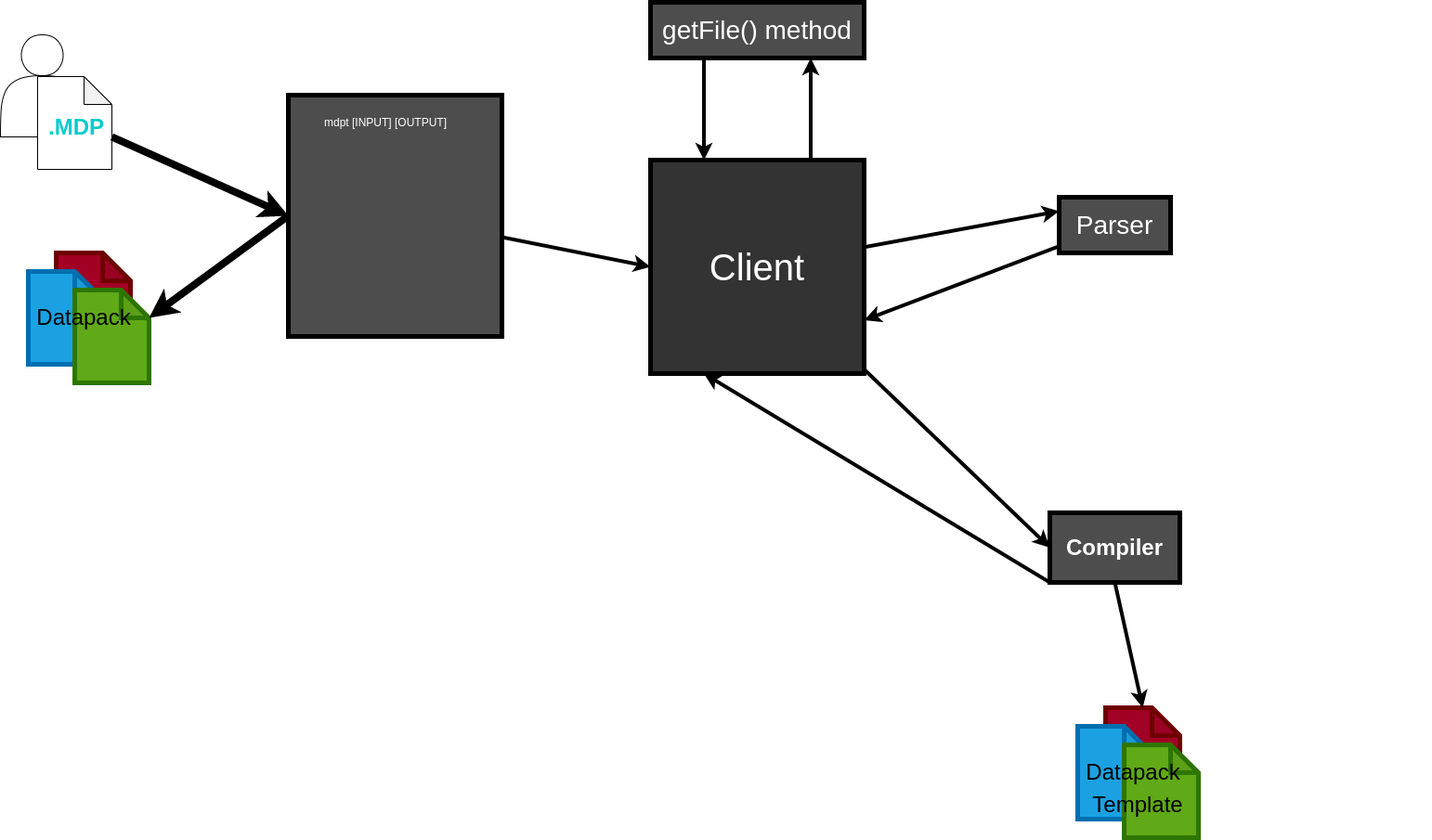
Ascynx/MDPT keeps this draw.io diagram as FlowChart.drawio.png. Above is the earlier version. Source tidied: cells renumbered, new cells last; positions are measured from the earlier drawing's top-left corner, leaving out a move shared by most shapes.
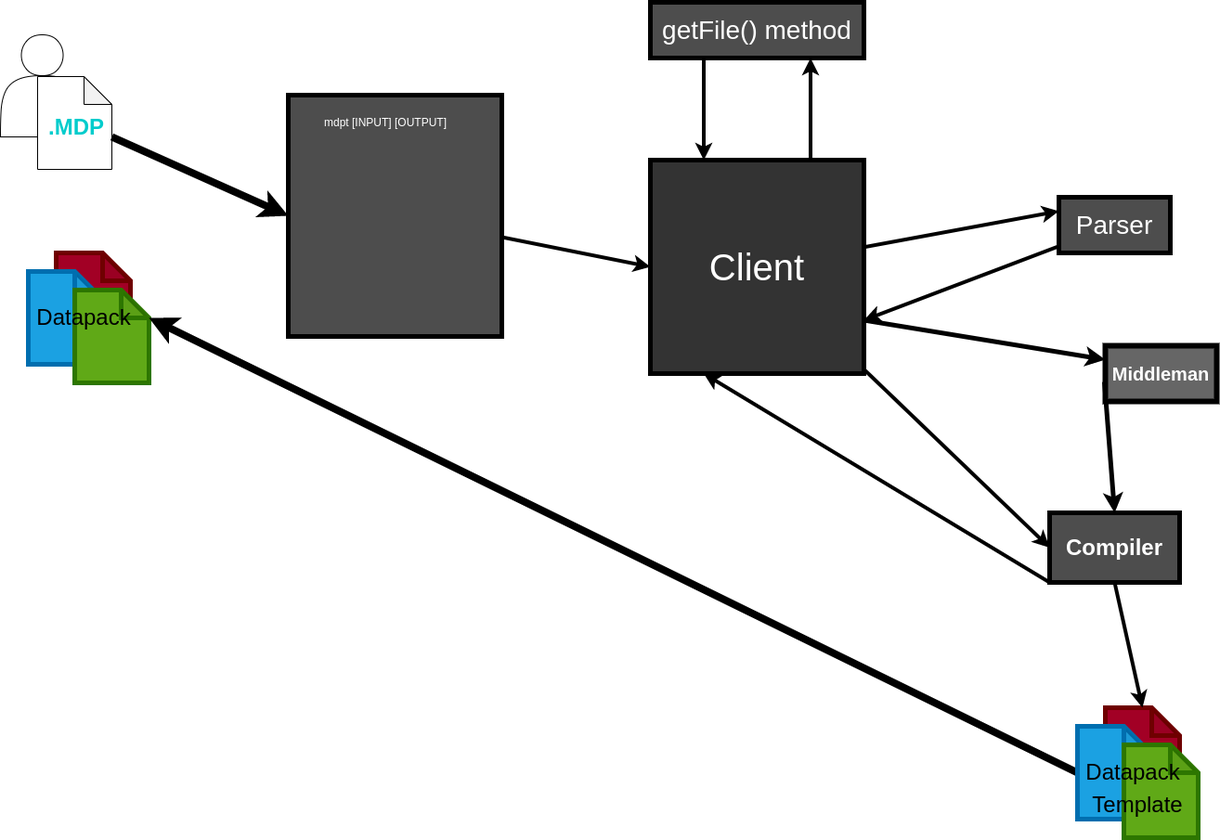
The same diagram one commit later.

Commit message:
finished parser rewrite + added variabletypes (translation will be given to the middleman)

Change to the diagram source:
```diff
@@ -38,7 +38,7 @@
     <mxCell id="13" style="endArrow=classic;html=1;fontSize=24;fontColor=#000000;entryX=0;entryY=0.5;entryDx=0;entryDy=0;exitX=0;exitY=0;exitDx=80;exitDy=65;exitPerimeter=0;strokeWidth=8;" parent="1" edge="1" source="4" target="7">
       <mxGeometry relative="1" as="geometry" />
     </mxCell>
-    <mxCell id="14" style="endArrow=classic;html=1;fontSize=24;fontColor=#000000;strokeWidth=8;exitX=0;exitY=0.5;exitDx=0;exitDy=0;entryX=0;entryY=0;entryDx=80;entryDy=30;entryPerimeter=0;" parent="1" edge="1" source="7" target="11">
+    <mxCell id="14" style="endArrow=classic;html=1;fontSize=24;fontColor=#000000;strokeWidth=8;exitX=0;exitY=0.5;exitDx=0;exitDy=0;entryX=0;entryY=0;entryDx=80;entryDy=30;entryPerimeter=0;exitPerimeter=0;" parent="1" edge="1" source="33" target="11">
       <mxGeometry relative="1" as="geometry" />
     </mxCell>
     <mxCell id="15" value="mdpt [INPUT] [OUTPUT]" style="text;html=1;strokeColor=none;fillColor=none;align=center;verticalAlign=middle;whiteSpace=wrap;rounded=0;fontSize=12;fontColor=#FFFFFF;" parent="1" vertex="1">
@@ -53,6 +53,9 @@
     <mxCell id="18" style="edgeStyle=none;html=1;entryX=0;entryY=0.5;entryDx=0;entryDy=0;fontSize=24;fontColor=#FFFFFF;strokeWidth=4;" parent="1" edge="1" source="19" target="29">
       <mxGeometry relative="1" as="geometry" />
     </mxCell>
+    <mxCell id="41" style="edgeStyle=none;html=1;entryX=0;entryY=0.25;entryDx=0;entryDy=0;fontSize=20;strokeWidth=5;exitX=1;exitY=0.75;exitDx=0;exitDy=0;" parent="1" edge="1" source="19" target="43">
+      <mxGeometry relative="1" as="geometry" />
+    </mxCell>
     <mxCell id="19" value="Client" style="whiteSpace=wrap;html=1;fontSize=40;fontColor=#FFFFFF;strokeWidth=5;fillColor=#333333;" parent="1" vertex="1">
       <mxGeometry x="700" y="170" width="230" height="230" as="geometry" />
     </mxCell>
@@ -80,14 +83,14 @@
     <mxCell id="27" value="FileData" style="text;html=1;strokeColor=none;fillColor=none;align=center;verticalAlign=middle;whiteSpace=wrap;rounded=0;fontSize=18;fontColor=#FFFFFF;rotation=-15;" parent="1" vertex="1">
       <mxGeometry x="1000" y="210" width="60" height="30" as="geometry" />
     </mxCell>
-    <mxCell id="28" value="Parsed Data" style="text;html=1;strokeColor=none;fillColor=none;align=center;verticalAlign=middle;whiteSpace=wrap;rounded=0;fontSize=18;fontColor=#FFFFFF;rotation=-15;" parent="1" vertex="1">
+    <mxCell id="28" value="Parsed Data" style="text;html=1;strokeColor=none;fillColor=none;align=center;verticalAlign=middle;whiteSpace=wrap;rounded=0;fontSize=18;fontColor=#FFFFFF;rotation=0;" parent="1" vertex="1">
       <mxGeometry x="1010" y="310" width="110" height="30" as="geometry" />
     </mxCell>
     <mxCell id="29" value="Compiler" style="rounded=0;whiteSpace=wrap;html=1;fontSize=24;fontColor=#FFFFFF;strokeWidth=5;fontStyle=1;fillColor=#4D4D4D;" parent="1" vertex="1">
       <mxGeometry x="1130" y="550" width="140" height="75" as="geometry" />
     </mxCell>
-    <mxCell id="30" value="Parsed Data &amp;amp; outDir" style="text;html=1;strokeColor=none;fillColor=none;align=center;verticalAlign=middle;whiteSpace=wrap;rounded=0;fontSize=24;fontColor=#FFFFFF;rotation=45;" parent="1" vertex="1">
-      <mxGeometry x="880" y="490" width="260" height="31.1" as="geometry" />
+    <mxCell id="30" value="&lt;br&gt;outDir" style="text;html=1;strokeColor=none;fillColor=none;align=center;verticalAlign=middle;whiteSpace=wrap;rounded=0;fontSize=24;fontColor=#FFFFFF;rotation=45;" parent="1" vertex="1">
+      <mxGeometry x="890" y="470" width="260" height="31.1" as="geometry" />
     </mxCell>
     <mxCell id="31" style="group;" parent="1" vertex="1">
       <mxGeometry x="1160" y="760" width="130" height="140" as="geometry" />
@@ -110,14 +113,20 @@
     <mxCell id="37" style="endArrow=classic;html=1;fontSize=24;fontColor=#000000;strokeWidth=4;entryX=0.5;entryY=0;entryDx=0;entryDy=0;entryPerimeter=0;exitX=0.5;exitY=1;exitDx=0;exitDy=0;" parent="1" edge="1" source="29" target="32">
       <mxGeometry relative="1" as="geometry" />
     </mxCell>
-    <mxCell id="38" value="Translate parsed data to datapack" style="text;html=1;strokeColor=none;fillColor=none;align=center;verticalAlign=middle;whiteSpace=wrap;rounded=0;fontSize=24;fontColor=#FFFFFF;fontStyle=1;" parent="1" vertex="1">
-      <mxGeometry x="1200" y="680" width="340" height="30" as="geometry" />
-    </mxCell>
     <mxCell id="39" style="endArrow=classic;html=1;fontSize=24;fontColor=#FFFFFF;strokeWidth=4;exitX=0;exitY=1;exitDx=0;exitDy=0;entryX=0.25;entryY=1;entryDx=0;entryDy=0;" parent="1" edge="1" source="29" target="19">
       <mxGeometry relative="1" as="geometry" />
     </mxCell>
     <mxCell id="40" value="sends creation confirmation to client" style="text;html=1;strokeColor=none;fillColor=none;align=center;verticalAlign=middle;whiteSpace=wrap;rounded=0;fontSize=24;fontColor=#FFFFFF;rotation=30;" parent="1" vertex="1">
       <mxGeometry x="810" y="550" width="220" height="30" as="geometry" />
     </mxCell>
+    <mxCell id="42" style="edgeStyle=none;html=1;entryX=0.5;entryY=0;entryDx=0;entryDy=0;fontSize=20;strokeWidth=5;exitX=-0.008;exitY=0.65;exitDx=0;exitDy=0;exitPerimeter=0;" parent="1" edge="1" source="43" target="29">
+      <mxGeometry relative="1" as="geometry" />
+    </mxCell>
+    <mxCell id="43" value="&lt;font style=&quot;font-size: 20px&quot;&gt;&lt;b&gt;Middleman&lt;/b&gt;&lt;/font&gt;" style="rounded=0;whiteSpace=wrap;html=1;strokeColor=#000000;fillColor=#666666;strokeWidth=6;fontColor=#FFFFFF;" parent="1" vertex="1">
+      <mxGeometry x="1190" y="370" width="120" height="60" as="geometry" />
+    </mxCell>
+    <mxCell id="44" value="translated data" style="text;html=1;strokeColor=none;fillColor=none;align=center;verticalAlign=middle;whiteSpace=wrap;rounded=0;fontSize=20;rotation=5;fontColor=#FFFFFF;" parent="1" vertex="1">
+      <mxGeometry x="1190" y="480" width="120" height="30" as="geometry" />
+    </mxCell>
   </root>
 </mxGraphModel>
```
